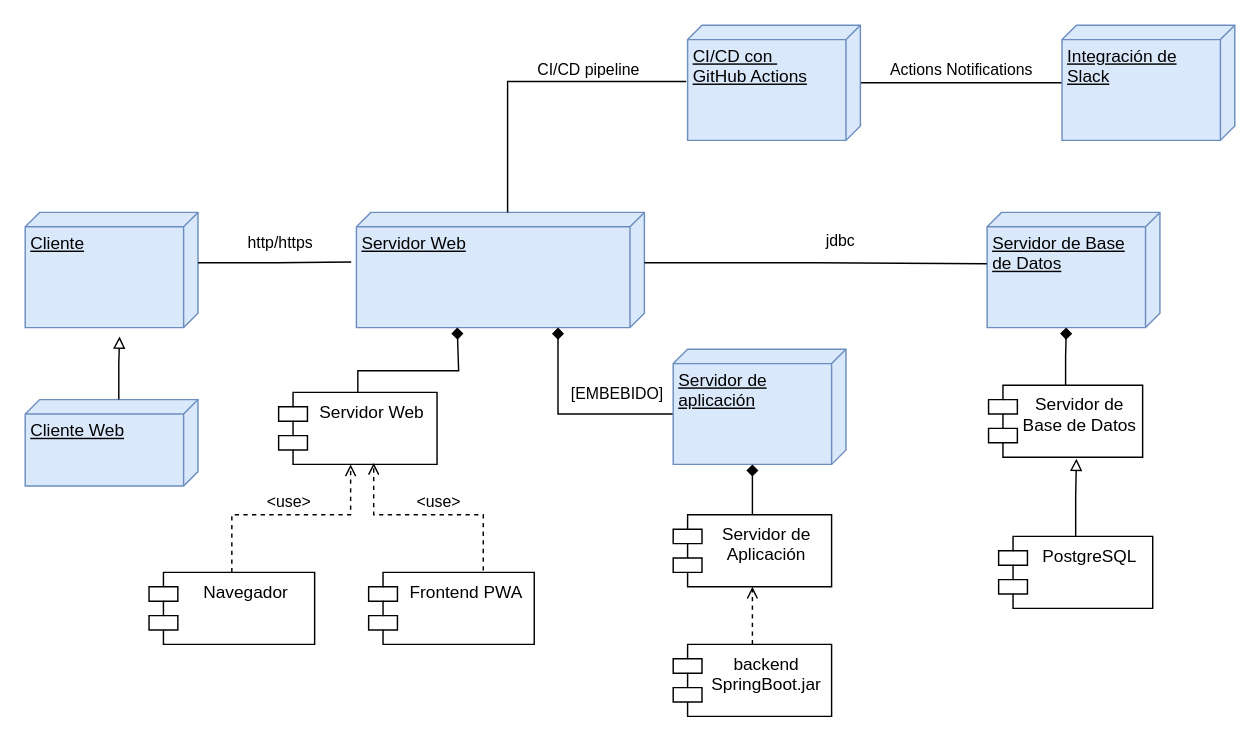
Earlier version of the draw.io diagram despliegue.drawio (iwvg-hugo/TFM). Source tidied: cells renumbered, new cells numbered last; positions are measured from the earlier drawing's top-left corner, leaving out a move shared by most shapes. Both pictures are drawn from the tidied source at 144%, with x=0, y=0 at pixel (24, 24).
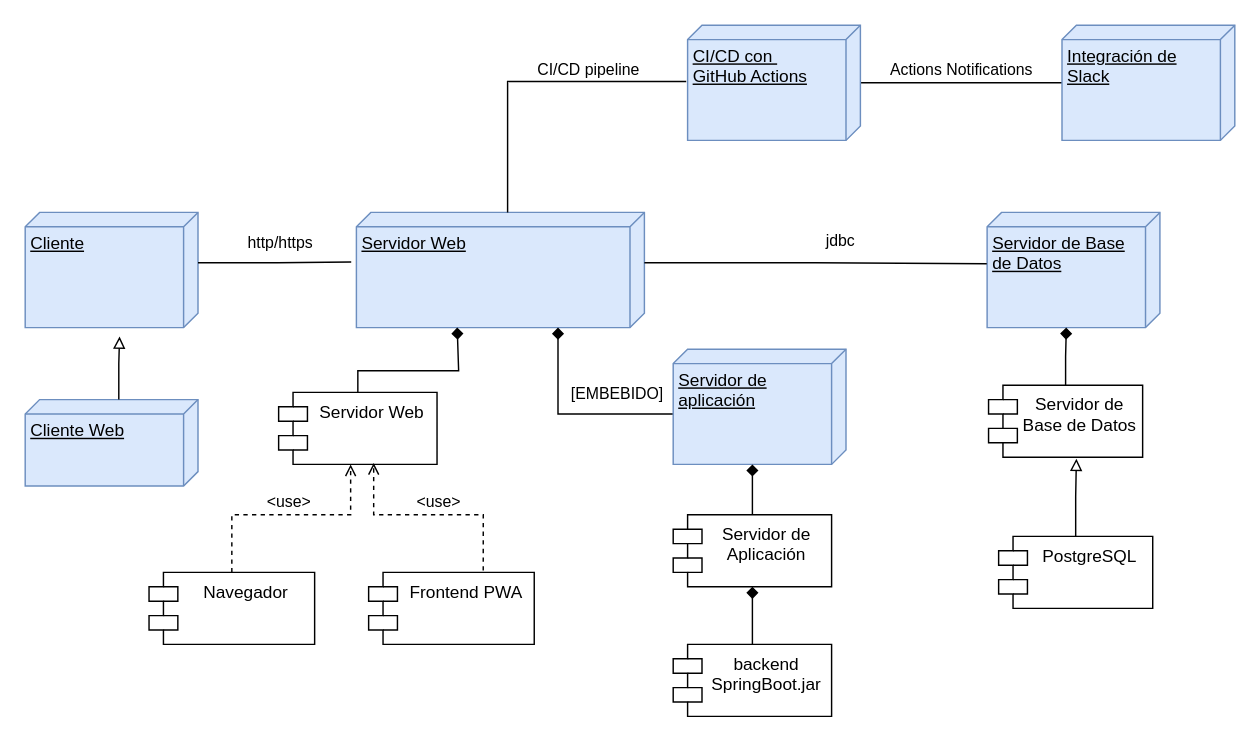
The same diagram, later.

The change refers to these unchanged cells:
```xml
<mxCell id="31" value="backend&lt;div&gt;SpringBoot.jar&lt;/div&gt;" style="shape=module;align=left;spacingLeft=20;align=center;verticalAlign=top;whiteSpace=wrap;html=1;" parent="1" vertex="1">
  <mxGeometry x="450" y="430" width="110" height="50" as="geometry" />
</mxCell>
<mxCell id="34" value="Servidor de Aplicación" style="shape=module;align=left;spacingLeft=20;align=center;verticalAlign=top;whiteSpace=wrap;html=1;" parent="1" vertex="1">
  <mxGeometry x="450" y="340" width="110" height="50" as="geometry" />
</mxCell>
```

Change to the diagram source:
```diff
@@
-    <mxCell id="30" style="edgeStyle=orthogonalEdgeStyle;rounded=0;jettySize=auto;html=1;exitX=0.5;exitY=0;exitDx=0;exitDy=0;entryX=0.5;entryY=1;entryDx=0;entryDy=0;endArrow=open;endFill=0;dashed=1;" parent="1" edge="1" source="31" target="34">
+    <mxCell id="30" style="edgeStyle=orthogonalEdgeStyle;rounded=0;jettySize=auto;html=1;endArrow=diamond;endFill=1;" parent="1" edge="1" source="31" target="34">
       <mxGeometry relative="1" as="geometry" />
     </mxCell>
```
